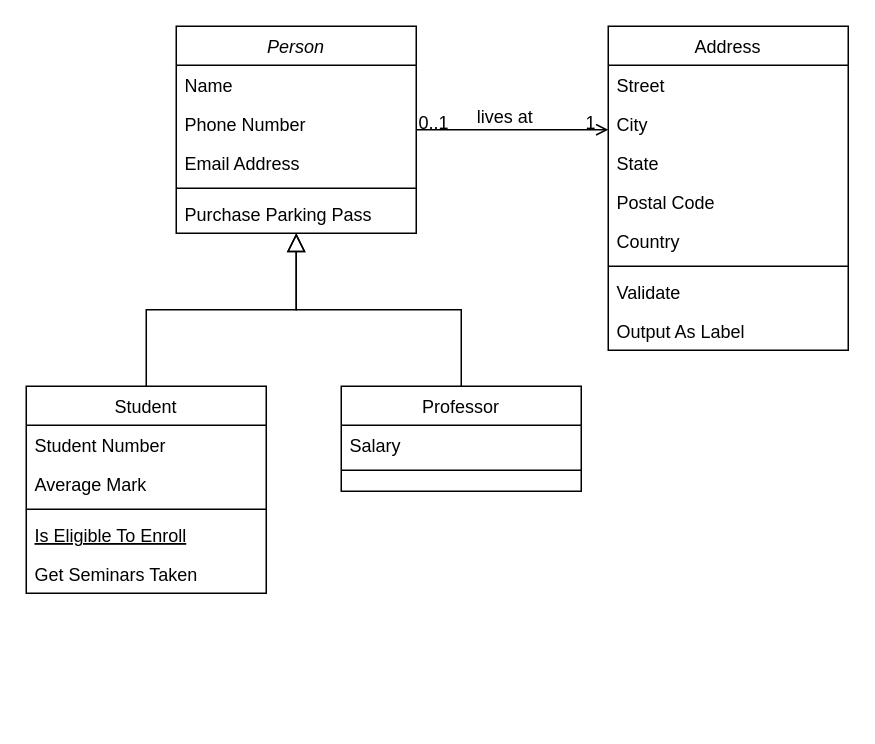
DaryaShum/ITAcademy keeps this draw.io diagram as Диаграмма без названия.drawio. Above is the earlier version. Source tidied: cells renumbered, new cells numbered last; positions are measured from the earlier drawing's top-left corner, leaving out a move shared by most shapes. Both pictures are drawn from the tidied source at 150%, with x=0, y=0 at pixel (26, 26).
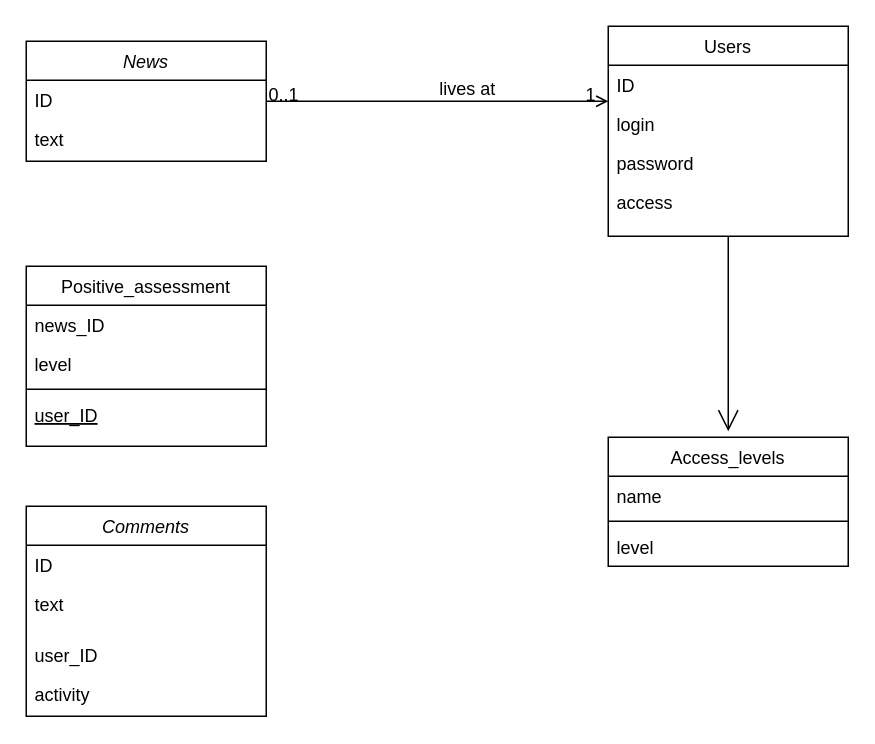
The same diagram, later.

What changed in the source:
```diff
@@
-    <mxCell id="2" value="Person" style="swimlane;fontStyle=2;align=center;verticalAlign=top;horizontal=1;startSize=26;rounded=0;shadow=0;strokeWidth=1;" parent="1" vertex="1">
-      <mxGeometry x="100" width="160" height="138" as="geometry" />
+    <mxCell id="2" value="News" style="swimlane;fontStyle=2;align=center;verticalAlign=top;horizontal=1;startSize=26;rounded=0;shadow=0;strokeWidth=1;" parent="1" vertex="1">
+      <mxGeometry y="10" width="160" height="80" as="geometry" />
     </mxCell>
-    <mxCell id="3" value="Name" style="text;align=left;verticalAlign=top;spacingLeft=4;spacingRight=4;overflow=hidden;" parent="2" vertex="1">
+    <mxCell id="3" value="ID" style="text;align=left;verticalAlign=top;spacingLeft=4;spacingRight=4;overflow=hidden;" parent="2" vertex="1">
       <mxGeometry y="26" width="160" height="26" as="geometry" />
     </mxCell>
-    <mxCell id="4" value="Phone Number" style="text;align=left;verticalAlign=top;spacingLeft=4;spacingRight=4;overflow=hidden;rounded=0;shadow=0;html=0;" parent="2" vertex="1">
+    <mxCell id="4" value="text" style="text;align=left;verticalAlign=top;spacingLeft=4;spacingRight=4;overflow=hidden;rounded=0;shadow=0;html=0;" parent="2" vertex="1">
       <mxGeometry y="52" width="160" height="26" as="geometry" />
     </mxCell>
-    <mxCell id="5" value="Email Address" style="text;align=left;verticalAlign=top;spacingLeft=4;spacingRight=4;overflow=hidden;rounded=0;shadow=0;html=0;" parent="2" vertex="1">
-      <mxGeometry y="78" width="160" height="26" as="geometry" />
-    </mxCell>
-    <mxCell id="6" style="line;html=1;strokeWidth=1;align=left;verticalAlign=middle;spacingTop=-1;spacingLeft=3;spacingRight=3;labelPosition=right;" parent="2" vertex="1">
-      <mxGeometry y="104" width="160" height="8" as="geometry" />
-    </mxCell>
-    <mxCell id="7" value="Purchase Parking Pass" style="text;align=left;verticalAlign=top;spacingLeft=4;spacingRight=4;overflow=hidden;" parent="2" vertex="1">
-      <mxGeometry y="112" width="160" height="26" as="geometry" />
-    </mxCell>
-    <mxCell id="8" value="Student" style="swimlane;fontStyle=0;align=center;verticalAlign=top;horizontal=1;startSize=26;rounded=0;shadow=0;strokeWidth=1;" parent="1" vertex="1">
-      <mxGeometry y="240" width="160" height="138" as="geometry" />
+    <mxCell id="8" value="Positive_assessment" style="swimlane;fontStyle=0;align=center;verticalAlign=top;horizontal=1;startSize=26;rounded=0;shadow=0;strokeWidth=1;" parent="1" vertex="1">
+      <mxGeometry y="160" width="160" height="120" as="geometry" />
     </mxCell>
-    <mxCell id="9" value="Student Number" style="text;align=left;verticalAlign=top;spacingLeft=4;spacingRight=4;overflow=hidden;" parent="8" vertex="1">
+    <mxCell id="9" value="news_ID" style="text;align=left;verticalAlign=top;spacingLeft=4;spacingRight=4;overflow=hidden;" parent="8" vertex="1">
       <mxGeometry y="26" width="160" height="26" as="geometry" />
     </mxCell>
-    <mxCell id="10" value="Average Mark" style="text;align=left;verticalAlign=top;spacingLeft=4;spacingRight=4;overflow=hidden;rounded=0;shadow=0;html=0;" parent="8" vertex="1">
+    <mxCell id="10" value="level" style="text;align=left;verticalAlign=top;spacingLeft=4;spacingRight=4;overflow=hidden;rounded=0;shadow=0;html=0;" parent="8" vertex="1">
       <mxGeometry y="52" width="160" height="26" as="geometry" />
     </mxCell>
@@
-    <mxCell id="12" value="Is Eligible To Enroll" style="text;align=left;verticalAlign=top;spacingLeft=4;spacingRight=4;overflow=hidden;fontStyle=4;" parent="8" vertex="1">
+    <mxCell id="12" value="user_ID" style="text;align=left;verticalAlign=top;spacingLeft=4;spacingRight=4;overflow=hidden;fontStyle=4;" parent="8" vertex="1">
       <mxGeometry y="86" width="160" height="26" as="geometry" />
     </mxCell>
-    <mxCell id="13" value="Get Seminars Taken" style="text;align=left;verticalAlign=top;spacingLeft=4;spacingRight=4;overflow=hidden;" parent="8" vertex="1">
-      <mxGeometry y="112" width="160" height="26" as="geometry" />
-    </mxCell>
-    <mxCell id="14" style="endArrow=block;endSize=10;endFill=0;shadow=0;strokeWidth=1;rounded=0;curved=0;edgeStyle=elbowEdgeStyle;elbow=vertical;" parent="1" edge="1" source="8" target="2">
-      <mxGeometry relative="1" as="geometry" />
-    </mxCell>
-    <mxCell id="15" value="Professor" style="swimlane;fontStyle=0;align=center;verticalAlign=top;horizontal=1;startSize=26;rounded=0;shadow=0;strokeWidth=1;" parent="1" vertex="1">
-      <mxGeometry x="210" y="240" width="160" height="70" as="geometry" />
+    <mxCell id="15" value="Access_levels" style="swimlane;fontStyle=0;align=center;verticalAlign=top;horizontal=1;startSize=26;rounded=0;shadow=0;strokeWidth=1;" parent="1" vertex="1">
+      <mxGeometry x="388" y="274" width="160" height="86" as="geometry" />
     </mxCell>
-    <mxCell id="16" value="Salary" style="text;align=left;verticalAlign=top;spacingLeft=4;spacingRight=4;overflow=hidden;" parent="15" vertex="1">
+    <mxCell id="16" value="name" style="text;align=left;verticalAlign=top;spacingLeft=4;spacingRight=4;overflow=hidden;" parent="15" vertex="1">
       <mxGeometry y="26" width="160" height="26" as="geometry" />
     </mxCell>
@@
-    <mxCell id="18" style="endArrow=block;endSize=10;endFill=0;shadow=0;strokeWidth=1;rounded=0;curved=0;edgeStyle=elbowEdgeStyle;elbow=vertical;" parent="1" edge="1" source="15" target="2">
-      <mxGeometry relative="1" as="geometry" />
-    </mxCell>
+    <mxCell id="32" value="level" style="text;align=left;verticalAlign=top;spacingLeft=4;spacingRight=4;overflow=hidden;" parent="15" vertex="1">
+      <mxGeometry y="60" width="160" height="26" as="geometry" />
+    </mxCell>
-    <mxCell id="19" value="Address" style="swimlane;fontStyle=0;align=center;verticalAlign=top;horizontal=1;startSize=26;rounded=0;shadow=0;strokeWidth=1;" parent="1" vertex="1">
-      <mxGeometry x="388" width="160" height="216" as="geometry" />
+    <mxCell id="19" value="Users" style="swimlane;fontStyle=0;align=center;verticalAlign=top;horizontal=1;startSize=26;rounded=0;shadow=0;strokeWidth=1;" parent="1" vertex="1">
+      <mxGeometry x="388" width="160" height="140" as="geometry" />
     </mxCell>
-    <mxCell id="20" value="Street" style="text;align=left;verticalAlign=top;spacingLeft=4;spacingRight=4;overflow=hidden;" parent="19" vertex="1">
+    <mxCell id="20" value="ID" style="text;align=left;verticalAlign=top;spacingLeft=4;spacingRight=4;overflow=hidden;" parent="19" vertex="1">
       <mxGeometry y="26" width="160" height="26" as="geometry" />
     </mxCell>
-    <mxCell id="21" value="City" style="text;align=left;verticalAlign=top;spacingLeft=4;spacingRight=4;overflow=hidden;rounded=0;shadow=0;html=0;" parent="19" vertex="1">
+    <mxCell id="21" value="login" style="text;align=left;verticalAlign=top;spacingLeft=4;spacingRight=4;overflow=hidden;rounded=0;shadow=0;html=0;" parent="19" vertex="1">
       <mxGeometry y="52" width="160" height="26" as="geometry" />
     </mxCell>
-    <mxCell id="22" value="State" style="text;align=left;verticalAlign=top;spacingLeft=4;spacingRight=4;overflow=hidden;rounded=0;shadow=0;html=0;" parent="19" vertex="1">
+    <mxCell id="22" value="password" style="text;align=left;verticalAlign=top;spacingLeft=4;spacingRight=4;overflow=hidden;rounded=0;shadow=0;html=0;" parent="19" vertex="1">
       <mxGeometry y="78" width="160" height="26" as="geometry" />
     </mxCell>
-    <mxCell id="23" value="Postal Code" style="text;align=left;verticalAlign=top;spacingLeft=4;spacingRight=4;overflow=hidden;rounded=0;shadow=0;html=0;" parent="19" vertex="1">
+    <mxCell id="23" value="access" style="text;align=left;verticalAlign=top;spacingLeft=4;spacingRight=4;overflow=hidden;rounded=0;shadow=0;html=0;" parent="19" vertex="1">
       <mxGeometry y="104" width="160" height="26" as="geometry" />
     </mxCell>
-    <mxCell id="24" value="Country" style="text;align=left;verticalAlign=top;spacingLeft=4;spacingRight=4;overflow=hidden;rounded=0;shadow=0;html=0;" parent="19" vertex="1">
-      <mxGeometry y="130" width="160" height="26" as="geometry" />
-    </mxCell>
-    <mxCell id="25" style="line;html=1;strokeWidth=1;align=left;verticalAlign=middle;spacingTop=-1;spacingLeft=3;spacingRight=3;labelPosition=right;" parent="19" vertex="1">
-      <mxGeometry y="156" width="160" height="8" as="geometry" />
-    </mxCell>
-    <mxCell id="26" value="Validate" style="text;align=left;verticalAlign=top;spacingLeft=4;spacingRight=4;overflow=hidden;" parent="19" vertex="1">
-      <mxGeometry y="164" width="160" height="26" as="geometry" />
-    </mxCell>
-    <mxCell id="27" value="Output As Label" style="text;align=left;verticalAlign=top;spacingLeft=4;spacingRight=4;overflow=hidden;" parent="19" vertex="1">
-      <mxGeometry y="190" width="160" height="26" as="geometry" />
-    </mxCell>
@@
+    <mxCell id="33" style="endArrow=open;endFill=1;endSize=12;html=1;rounded=0;exitX=0.5;exitY=1;exitDx=0;exitDy=0;" parent="1" edge="1" source="19">
+      <mxGeometry relative="1" as="geometry">
+        <mxPoint x="468" y="270" as="targetPoint" />
+      </mxGeometry>
+    </mxCell>
+    <mxCell id="34" value="Comments" style="swimlane;fontStyle=2;align=center;verticalAlign=top;horizontal=1;startSize=26;rounded=0;shadow=0;strokeWidth=1;" parent="1" vertex="1">
+      <mxGeometry y="320" width="160" height="140" as="geometry" />
+    </mxCell>
+    <mxCell id="35" value="ID" style="text;align=left;verticalAlign=top;spacingLeft=4;spacingRight=4;overflow=hidden;" parent="34" vertex="1">
+      <mxGeometry y="26" width="160" height="26" as="geometry" />
+    </mxCell>
+    <mxCell id="36" value="text" style="text;align=left;verticalAlign=top;spacingLeft=4;spacingRight=4;overflow=hidden;rounded=0;shadow=0;html=0;" parent="34" vertex="1">
+      <mxGeometry y="52" width="160" height="34" as="geometry" />
+    </mxCell>
+    <mxCell id="37" value="user_ID" style="text;align=left;verticalAlign=top;spacingLeft=4;spacingRight=4;overflow=hidden;" parent="34" vertex="1">
+      <mxGeometry y="86" width="160" height="26" as="geometry" />
+    </mxCell>
+    <mxCell id="38" value="activity" style="text;align=left;verticalAlign=top;spacingLeft=4;spacingRight=4;overflow=hidden;" parent="34" vertex="1">
+      <mxGeometry y="112" width="160" height="26" as="geometry" />
+    </mxCell>
```
